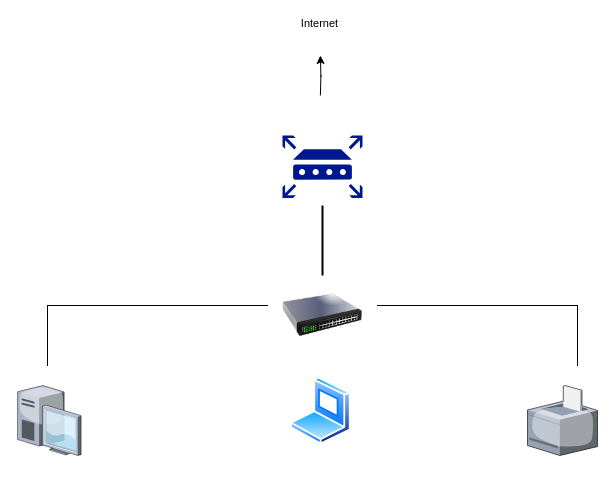
The draw.io diagram FirstDiagram.drawio in aenge86xti/Python-Projects, before the edit. Source tidied: cells renumbered, new cells numbered last; positions are measured from the earlier drawing's top-left corner, leaving out a move shared by most shapes. Both pictures are drawn from the tidied source at 100%, with x=0, y=0 at pixel (17, 55).
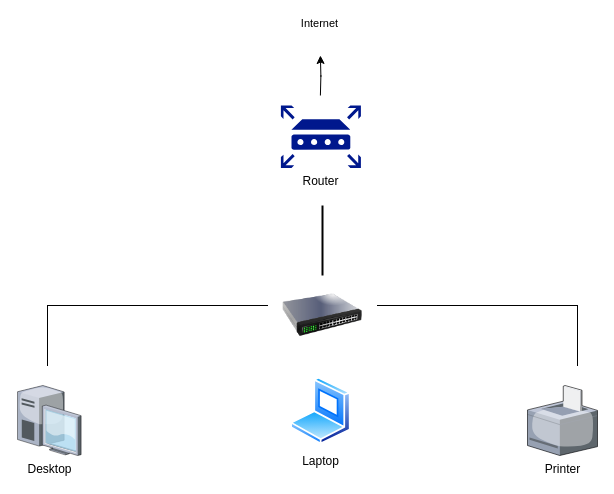
The same diagram, later.

What changed in the source:
```diff
@@
 <mxGraphModel>
   <root>
     <mxCell id="0" />
     <mxCell id="1" parent="0" />
     <mxCell id="2" style="edgeStyle=orthogonalEdgeStyle;rounded=0;orthogonalLoop=1;jettySize=auto;html=1;" parent="1" edge="1">
       <mxGeometry relative="1" as="geometry">
         <mxPoint x="302.9" y="40" as="sourcePoint" />
         <mxPoint x="302.9" as="targetPoint" />
       </mxGeometry>
     </mxCell>
     <mxCell id="3" value="Internet" style="edgeLabel;html=1;align=center;verticalAlign=middle;" parent="2" vertex="1">
       <mxGeometry x="0.77" y="3" relative="1" as="geometry">
         <mxPoint x="1" y="-38" as="offset" />
       </mxGeometry>
     </mxCell>
-    <mxCell id="4" style="sketch=0;shadow=0;dashed=0;html=1;strokeColor=none;labelPosition=center;verticalLabelPosition=bottom;verticalAlign=top;align=center;fillColor=#00188D;shape=mxgraph.mscae.enterprise.router;" parent="1" vertex="1">
-      <mxGeometry x="265" y="80" width="80" height="62.4" as="geometry" />
+    <mxCell id="4" value="Router" style="sketch=0;shadow=0;dashed=0;html=1;strokeColor=none;labelPosition=center;verticalLabelPosition=bottom;verticalAlign=top;align=center;fillColor=#00188D;shape=mxgraph.mscae.enterprise.router;" parent="1" vertex="1">
+      <mxGeometry x="263.4" y="50" width="80" height="62.4" as="geometry" />
     </mxCell>
     <mxCell id="5" style="image;html=1;image=img/lib/clip_art/networking/Switch_128x128.png;" parent="1" vertex="1">
       <mxGeometry x="265" y="220" width="80" height="80" as="geometry" />
     </mxCell>
     <mxCell id="6" style="line;strokeWidth=2;direction=south;html=1;" parent="1" vertex="1">
       <mxGeometry x="300" y="150" width="10" height="70" as="geometry" />
     </mxCell>
     <mxCell id="7" style="shape=partialRectangle;whiteSpace=wrap;html=1;bottom=0;right=0;fillColor=none;" parent="1" vertex="1">
       <mxGeometry x="30" y="250" width="220" height="60" as="geometry" />
     </mxCell>
     <mxCell id="8" style="shape=partialRectangle;whiteSpace=wrap;html=1;bottom=0;right=0;fillColor=none;direction=south;" parent="1" vertex="1">
       <mxGeometry x="360" y="250" width="200" height="60" as="geometry" />
     </mxCell>
-    <mxCell id="9" style="verticalLabelPosition=bottom;sketch=0;html=1;verticalAlign=top;strokeColor=none;align=center;shape=mxgraph.citrix.desktop;" parent="1" vertex="1">
+    <mxCell id="9" value="Desktop" style="verticalLabelPosition=bottom;sketch=0;html=1;verticalAlign=top;strokeColor=none;align=center;shape=mxgraph.citrix.desktop;" parent="1" vertex="1">
       <mxGeometry y="330" width="63.6" height="70" as="geometry" />
     </mxCell>
-    <mxCell id="10" style="image;perimeter=ellipsePerimeter;html=1;align=center;shadow=0;dashed=0;spacingTop=3;image=img/lib/active_directory/laptop_client.svg;" parent="1" vertex="1">
+    <mxCell id="10" value="Laptop" style="image;perimeter=ellipsePerimeter;html=1;align=center;shadow=0;dashed=0;spacingTop=3;image=img/lib/active_directory/laptop_client.svg;" parent="1" vertex="1">
       <mxGeometry x="273" y="321.9" width="60.8" height="67.5" as="geometry" />
     </mxCell>
-    <mxCell id="11" style="verticalLabelPosition=bottom;sketch=0;html=1;verticalAlign=top;strokeColor=none;align=center;shape=mxgraph.citrix.printer;" parent="1" vertex="1">
+    <mxCell id="11" value="Printer" style="verticalLabelPosition=bottom;sketch=0;html=1;verticalAlign=top;strokeColor=none;align=center;shape=mxgraph.citrix.printer;" parent="1" vertex="1">
       <mxGeometry x="510" y="330" width="70" height="70" as="geometry" />
     </mxCell>
   </root>
 </mxGraphModel>
```
